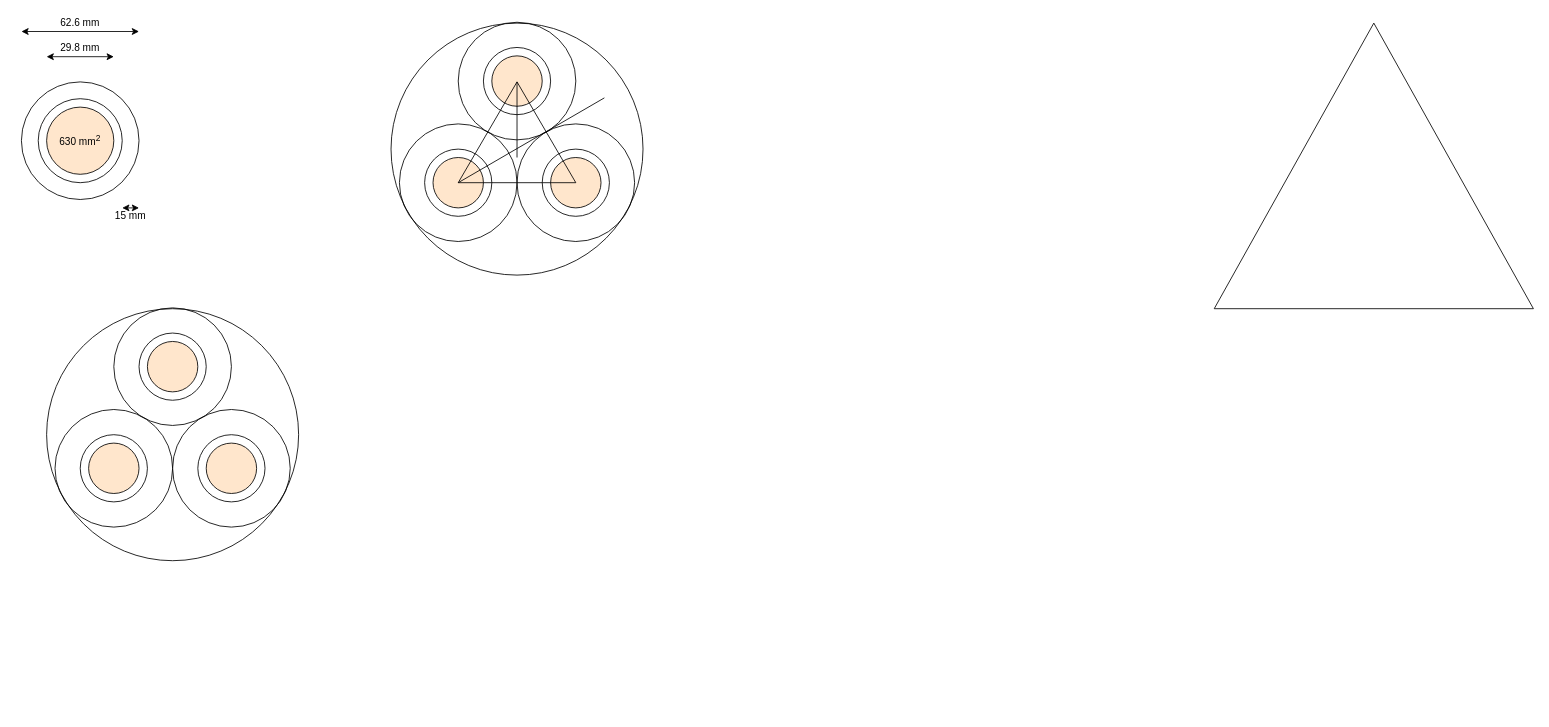
This is model.drawio from antoine-mouchamps/model-design-electromag-systems, a draw.io file, before an edit. Source tidied: cells renumbered, new cells numbered last; positions are measured from the earlier drawing's top-left corner, leaving out a move shared by most shapes. Both pictures are drawn from the tidied source at 84%, with x=0, y=0 at pixel (21, 14).
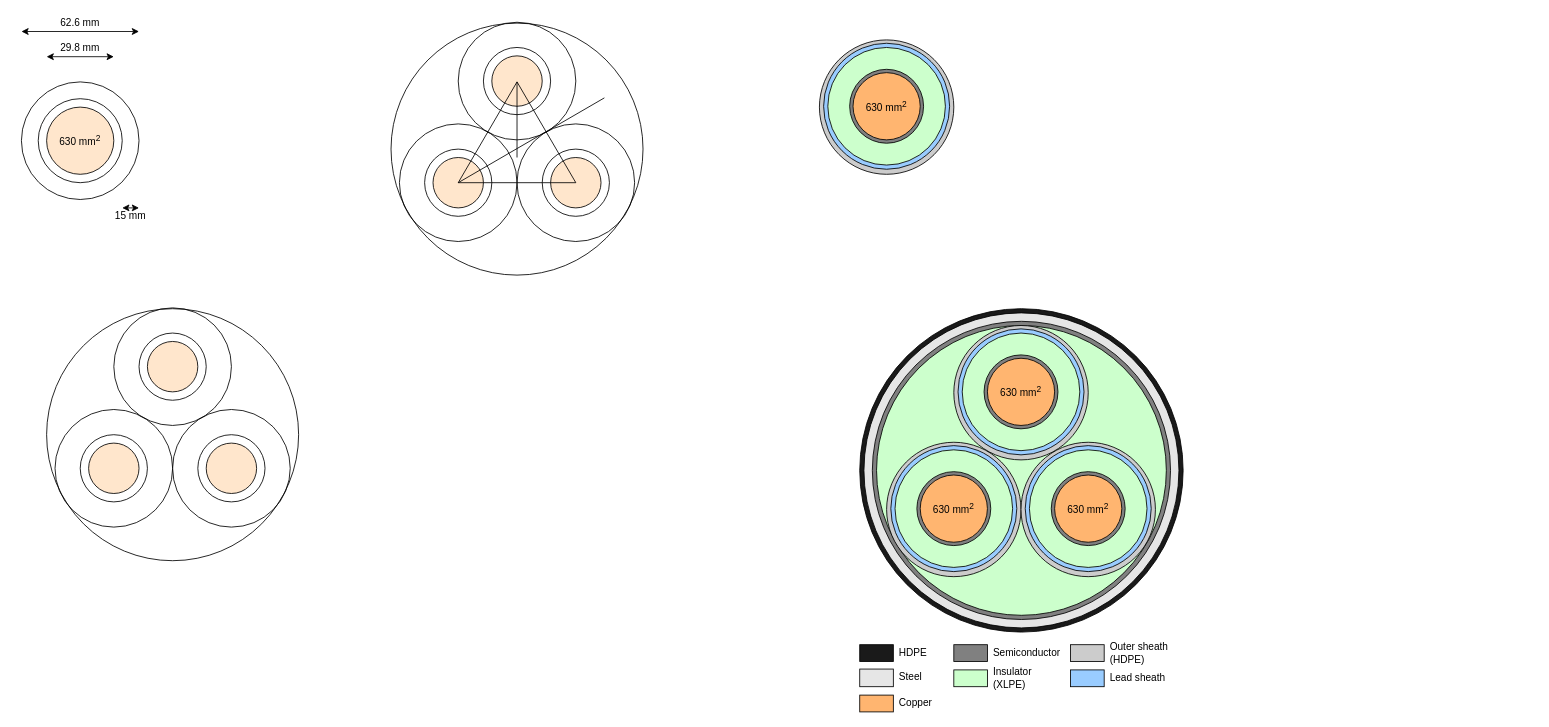
The same page after the edit.

The edit, as a diff of the source:
```diff
@@
+    <mxCell id="42" style="ellipse;whiteSpace=wrap;html=1;fillColor=#1A1A1A;strokeColor=#000000;" parent="1" vertex="1">
+      <mxGeometry x="998" y="350" width="385" height="385" as="geometry" />
+    </mxCell>
+    <mxCell id="43" style="ellipse;whiteSpace=wrap;html=1;fillColor=#E6E6E6;strokeColor=#000000;" parent="1" vertex="1">
+      <mxGeometry x="1003" y="355" width="375" height="375" as="geometry" />
+    </mxCell>
+    <mxCell id="44" style="ellipse;whiteSpace=wrap;html=1;fillColor=#808080;strokeColor=#000000;" parent="1" vertex="1">
+      <mxGeometry x="1013" y="365" width="355" height="355" as="geometry" />
+    </mxCell>
+    <mxCell id="45" style="ellipse;whiteSpace=wrap;html=1;fillColor=#CCFFCC;strokeColor=#000000;" parent="1" vertex="1">
+      <mxGeometry x="1018" y="370" width="345" height="345" as="geometry" />
+    </mxCell>
+    <mxCell id="46" style="ellipse;whiteSpace=wrap;html=1;fillColor=#CCCCCC;" parent="1" vertex="1">
+      <mxGeometry x="950" y="30" width="160" height="160" as="geometry" />
+    </mxCell>
+    <mxCell id="47" style="ellipse;whiteSpace=wrap;html=1;fillColor=#99CCFF;strokeColor=#000000;" parent="1" vertex="1">
+      <mxGeometry x="955" y="34" width="150" height="150" as="geometry" />
+    </mxCell>
+    <mxCell id="48" style="ellipse;whiteSpace=wrap;html=1;fillColor=#CCFFCC;" parent="1" vertex="1">
+      <mxGeometry x="960" y="39" width="140" height="140" as="geometry" />
+    </mxCell>
+    <mxCell id="49" style="ellipse;whiteSpace=wrap;html=1;fillColor=#808080;" parent="1" vertex="1">
+      <mxGeometry x="986" y="65" width="88" height="88" as="geometry" />
+    </mxCell>
@@
-    <mxCell id="23" style="group;" parent="1" vertex="1">
-      <mxGeometry x="1420" y="10" width="380" height="340" as="geometry" />
-    </mxCell>
-    <mxCell id="24" style="endArrow=none;html=1;rounded=0;" parent="23" edge="1">
-      <mxGeometry relative="1" as="geometry">
-        <mxPoint y="340" as="sourcePoint" />
-        <mxPoint x="380" y="340" as="targetPoint" />
-      </mxGeometry>
-    </mxCell>
-    <mxCell id="25" style="endArrow=none;html=1;rounded=0;" parent="23" edge="1">
-      <mxGeometry relative="1" as="geometry">
-        <mxPoint y="340" as="sourcePoint" />
-        <mxPoint x="190" as="targetPoint" />
-      </mxGeometry>
-    </mxCell>
-    <mxCell id="26" style="endArrow=none;html=1;rounded=0;" parent="23" edge="1">
-      <mxGeometry relative="1" as="geometry">
-        <mxPoint x="190" as="sourcePoint" />
-        <mxPoint x="380" y="340" as="targetPoint" />
-      </mxGeometry>
-    </mxCell>
@@
+    <mxCell id="50" style="ellipse;whiteSpace=wrap;html=1;fillColor=#FFB570;strokeColor=default;" parent="1" vertex="1">
+      <mxGeometry x="990" y="69" width="80" height="80" as="geometry" />
+    </mxCell>
+    <mxCell id="51" value="630 mm&lt;sup&gt;2&lt;/sup&gt;" style="text;html=1;align=center;verticalAlign=middle;whiteSpace=wrap;rounded=0;" parent="1" vertex="1">
+      <mxGeometry x="1000" y="94" width="60" height="30" as="geometry" />
+    </mxCell>
+    <mxCell id="52" style="group;" parent="1" vertex="1">
+      <mxGeometry x="1030" y="509" width="160" height="160" as="geometry" />
+    </mxCell>
+    <mxCell id="53" style="ellipse;whiteSpace=wrap;html=1;fillColor=#CCCCCC;" parent="52" vertex="1">
+      <mxGeometry width="160" height="160" as="geometry" />
+    </mxCell>
+    <mxCell id="54" style="ellipse;whiteSpace=wrap;html=1;fillColor=#99CCFF;strokeColor=#000000;" parent="52" vertex="1">
+      <mxGeometry x="5" y="4" width="150" height="150" as="geometry" />
+    </mxCell>
+    <mxCell id="55" style="ellipse;whiteSpace=wrap;html=1;fillColor=#CCFFCC;" parent="52" vertex="1">
+      <mxGeometry x="10" y="9" width="140" height="140" as="geometry" />
+    </mxCell>
+    <mxCell id="56" style="ellipse;whiteSpace=wrap;html=1;fillColor=#808080;" parent="52" vertex="1">
+      <mxGeometry x="36" y="35" width="88" height="88" as="geometry" />
+    </mxCell>
+    <mxCell id="57" style="ellipse;whiteSpace=wrap;html=1;fillColor=#FFB570;strokeColor=default;" parent="52" vertex="1">
+      <mxGeometry x="40" y="39" width="80" height="80" as="geometry" />
+    </mxCell>
+    <mxCell id="58" value="630 mm&lt;sup&gt;2&lt;/sup&gt;" style="text;html=1;align=center;verticalAlign=middle;whiteSpace=wrap;rounded=0;" parent="52" vertex="1">
+      <mxGeometry x="50" y="64" width="60" height="30" as="geometry" />
+    </mxCell>
+    <mxCell id="59" style="group;" parent="1" vertex="1">
+      <mxGeometry x="1190" y="509" width="160" height="160" as="geometry" />
+    </mxCell>
+    <mxCell id="60" style="ellipse;whiteSpace=wrap;html=1;fillColor=#CCCCCC;" parent="59" vertex="1">
+      <mxGeometry width="160" height="160" as="geometry" />
+    </mxCell>
+    <mxCell id="61" style="ellipse;whiteSpace=wrap;html=1;fillColor=#99CCFF;strokeColor=#000000;" parent="59" vertex="1">
+      <mxGeometry x="5" y="4" width="150" height="150" as="geometry" />
+    </mxCell>
+    <mxCell id="62" style="ellipse;whiteSpace=wrap;html=1;fillColor=#CCFFCC;" parent="59" vertex="1">
+      <mxGeometry x="10" y="9" width="140" height="140" as="geometry" />
+    </mxCell>
+    <mxCell id="63" style="ellipse;whiteSpace=wrap;html=1;fillColor=#808080;" parent="59" vertex="1">
+      <mxGeometry x="36" y="35" width="88" height="88" as="geometry" />
+    </mxCell>
+    <mxCell id="64" style="ellipse;whiteSpace=wrap;html=1;fillColor=#FFB570;strokeColor=default;" parent="59" vertex="1">
+      <mxGeometry x="40" y="39" width="80" height="80" as="geometry" />
+    </mxCell>
+    <mxCell id="65" value="630 mm&lt;sup&gt;2&lt;/sup&gt;" style="text;html=1;align=center;verticalAlign=middle;whiteSpace=wrap;rounded=0;" parent="59" vertex="1">
+      <mxGeometry x="50" y="64" width="60" height="30" as="geometry" />
+    </mxCell>
+    <mxCell id="66" style="group;" parent="1" vertex="1">
+      <mxGeometry x="1110" y="370" width="171" height="310" as="geometry" />
+    </mxCell>
+    <mxCell id="67" style="ellipse;whiteSpace=wrap;html=1;fillColor=#CCCCCC;" parent="66" vertex="1">
+      <mxGeometry width="160" height="160" as="geometry" />
+    </mxCell>
+    <mxCell id="68" style="ellipse;whiteSpace=wrap;html=1;fillColor=#99CCFF;strokeColor=#000000;" parent="66" vertex="1">
+      <mxGeometry x="5" y="4" width="150" height="150" as="geometry" />
+    </mxCell>
+    <mxCell id="69" style="ellipse;whiteSpace=wrap;html=1;fillColor=#CCFFCC;" parent="66" vertex="1">
+      <mxGeometry x="10" y="9" width="140" height="140" as="geometry" />
+    </mxCell>
+    <mxCell id="70" style="ellipse;whiteSpace=wrap;html=1;fillColor=#808080;" parent="66" vertex="1">
+      <mxGeometry x="36" y="35" width="88" height="88" as="geometry" />
+    </mxCell>
+    <mxCell id="71" style="ellipse;whiteSpace=wrap;html=1;fillColor=#FFB570;strokeColor=default;" parent="66" vertex="1">
+      <mxGeometry x="40" y="39" width="80" height="80" as="geometry" />
+    </mxCell>
+    <mxCell id="72" value="630 mm&lt;sup&gt;2&lt;/sup&gt;" style="text;html=1;align=center;verticalAlign=middle;whiteSpace=wrap;rounded=0;" parent="66" vertex="1">
+      <mxGeometry x="50" y="64" width="60" height="30" as="geometry" />
+    </mxCell>
+    <mxCell id="73" style="rounded=0;whiteSpace=wrap;html=1;strokeColor=default;fillColor=#1A1A1A;" parent="1" vertex="1">
+      <mxGeometry x="998" y="750" width="40" height="20" as="geometry" />
+    </mxCell>
+    <mxCell id="74" value="HDPE" style="text;html=1;align=left;verticalAlign=middle;whiteSpace=wrap;rounded=0;" parent="1" vertex="1">
+      <mxGeometry x="1043" y="750" width="85" height="20" as="geometry" />
+    </mxCell>
+    <mxCell id="75" style="rounded=0;whiteSpace=wrap;html=1;strokeColor=default;fillColor=#E6E6E6;" parent="1" vertex="1">
+      <mxGeometry x="998" y="779" width="40" height="21" as="geometry" />
+    </mxCell>
+    <mxCell id="76" value="Steel" style="text;html=1;align=left;verticalAlign=middle;whiteSpace=wrap;rounded=0;" parent="1" vertex="1">
+      <mxGeometry x="1043" y="779" width="85" height="20" as="geometry" />
+    </mxCell>
+    <mxCell id="77" style="rounded=0;whiteSpace=wrap;html=1;strokeColor=default;fillColor=#808080;" parent="1" vertex="1">
+      <mxGeometry x="1110" y="750" width="40" height="20" as="geometry" />
+    </mxCell>
+    <mxCell id="78" style="rounded=0;whiteSpace=wrap;html=1;strokeColor=default;fillColor=#CCFFCC;" parent="1" vertex="1">
+      <mxGeometry x="1110" y="780" width="40" height="20" as="geometry" />
+    </mxCell>
+    <mxCell id="79" value="Semiconductor" style="text;html=1;align=left;verticalAlign=middle;whiteSpace=wrap;rounded=0;" parent="1" vertex="1">
+      <mxGeometry x="1155" y="750" width="85" height="20" as="geometry" />
+    </mxCell>
+    <mxCell id="80" value="Insulator (XLPE)" style="text;html=1;align=left;verticalAlign=middle;whiteSpace=wrap;rounded=0;" parent="1" vertex="1">
+      <mxGeometry x="1155" y="780" width="85" height="20" as="geometry" />
+    </mxCell>
+    <mxCell id="81" style="rounded=0;whiteSpace=wrap;html=1;strokeColor=default;fillColor=#CCCCCC;" parent="1" vertex="1">
+      <mxGeometry x="1249" y="750" width="40" height="20" as="geometry" />
+    </mxCell>
+    <mxCell id="82" value="Outer sheath (HDPE)" style="text;html=1;align=left;verticalAlign=middle;whiteSpace=wrap;rounded=0;" parent="1" vertex="1">
+      <mxGeometry x="1294" y="750" width="85" height="20" as="geometry" />
+    </mxCell>
+    <mxCell id="83" style="rounded=0;whiteSpace=wrap;html=1;strokeColor=default;fillColor=#99CCFF;" parent="1" vertex="1">
+      <mxGeometry x="1249" y="780" width="40" height="20" as="geometry" />
+    </mxCell>
+    <mxCell id="84" value="Lead sheath" style="text;html=1;align=left;verticalAlign=middle;whiteSpace=wrap;rounded=0;" parent="1" vertex="1">
+      <mxGeometry x="1294" y="780" width="85" height="20" as="geometry" />
+    </mxCell>
+    <mxCell id="85" style="rounded=0;whiteSpace=wrap;html=1;strokeColor=default;fillColor=#FFB570;" parent="1" vertex="1">
+      <mxGeometry x="998" y="810" width="40" height="20" as="geometry" />
+    </mxCell>
+    <mxCell id="86" value="Copper" style="text;html=1;align=left;verticalAlign=middle;whiteSpace=wrap;rounded=0;" parent="1" vertex="1">
+      <mxGeometry x="1043" y="810" width="85" height="20" as="geometry" />
+    </mxCell>
```
